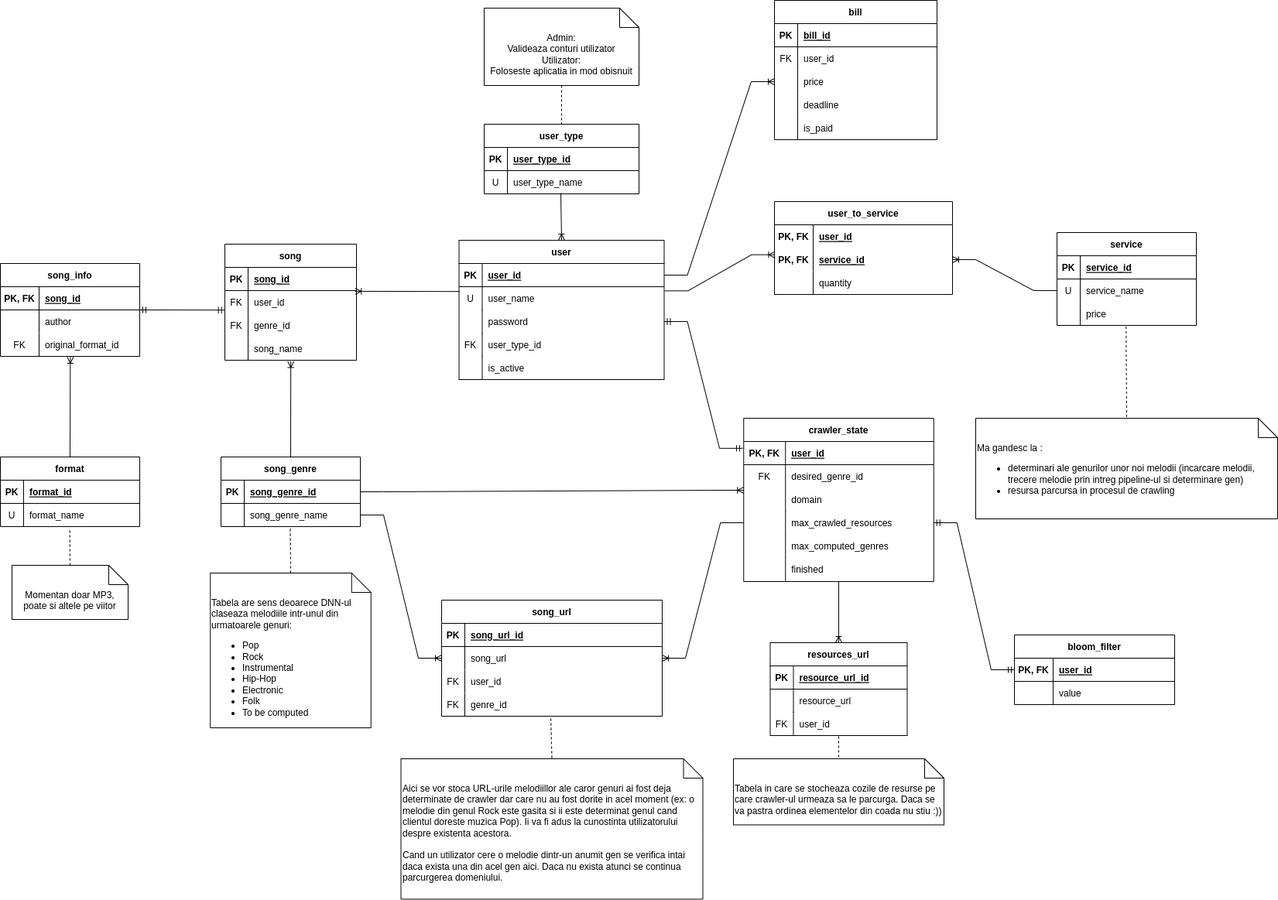
The draw.io diagram diagrams/Diagrama ER.png in PetruBabiuc/MusicGenreComputationMicroservices, before a commit. Source tidied: cells renumbered, new cells last; positions are measured from the earlier drawing's top-left corner, leaving out a move shared by most shapes.
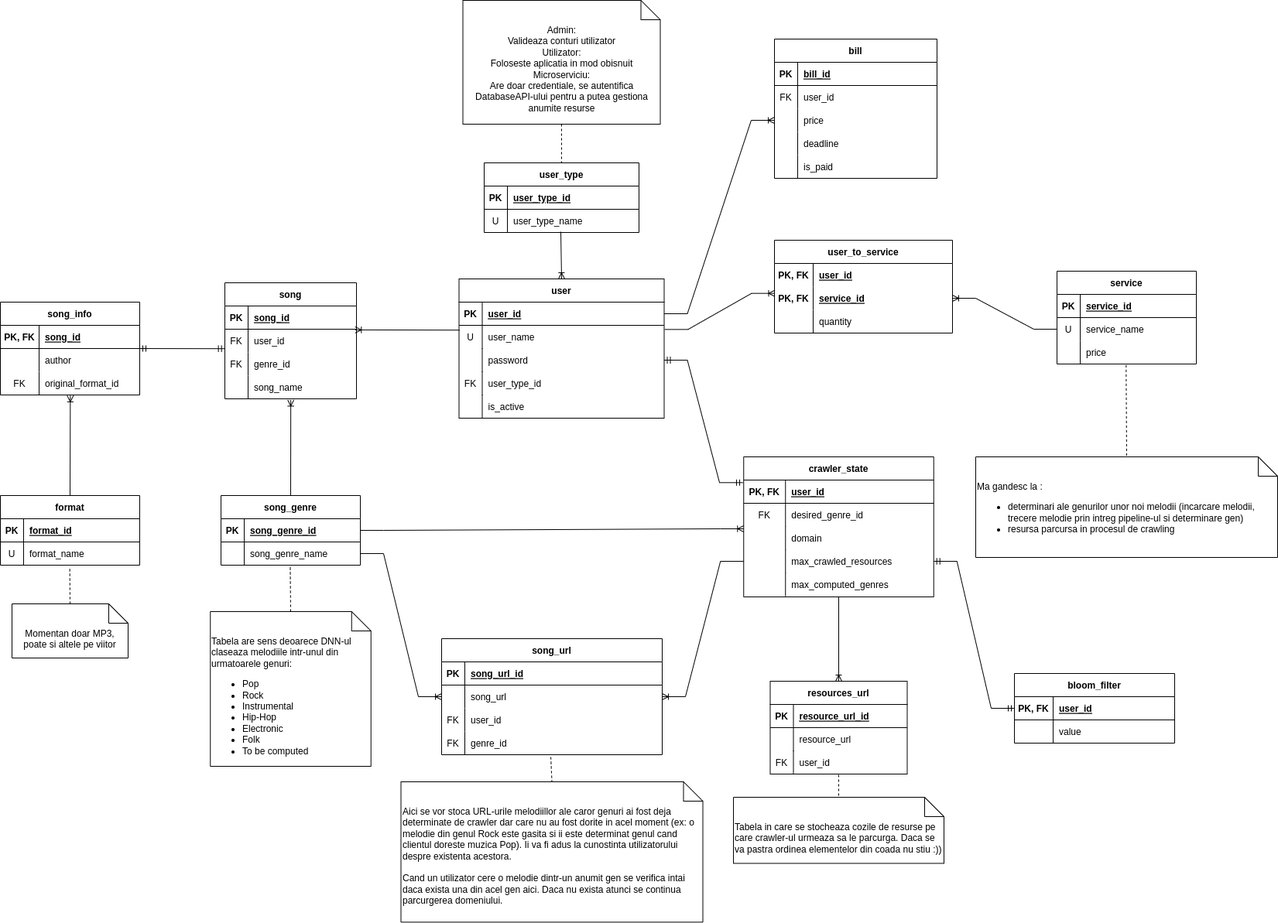
Above is the later version.

Commit message:
Updated ER and microservice diagrams

The edit, as a diff of the source:
```diff
@@ -235,8 +235,8 @@
     <mxCell id="78" value="Ma gandesc la :&lt;br&gt;&lt;ul&gt;&lt;li&gt;&lt;span style=&quot;background-color: initial;&quot;&gt;determinari ale genurilor unor noi melodii (incarcare melodii, trecere melodie prin intreg pipeline-ul si determinare gen)&lt;/span&gt;&lt;br&gt;&lt;/li&gt;&lt;li&gt;resursa parcursa in procesul de crawling&lt;/li&gt;&lt;/ul&gt;" style="shape=note2;boundedLbl=1;whiteSpace=wrap;html=1;size=25;verticalAlign=top;align=left;" parent="1" vertex="1">
       <mxGeometry x="1260" y="540" width="390" height="130" as="geometry" />
     </mxCell>
-    <mxCell id="79" value="Admin:&lt;br&gt;Valideaza conturi utilizator&lt;br&gt;Utilizator:&lt;br&gt;Foloseste aplicatia in mod obisnuit" style="shape=note2;boundedLbl=1;whiteSpace=wrap;html=1;size=25;verticalAlign=top;align=center;" parent="1" vertex="1">
-      <mxGeometry x="625" y="10" width="200" height="100" as="geometry" />
+    <mxCell id="79" value="Admin:&lt;br&gt;Valideaza conturi utilizator&lt;br&gt;Utilizator:&lt;br&gt;Foloseste aplicatia in mod obisnuit&lt;br&gt;Microserviciu:&lt;br&gt;Are doar credentiale, se autentifica DatabaseAPI-ului pentru a putea gestiona anumite resurse" style="shape=note2;boundedLbl=1;whiteSpace=wrap;html=1;size=25;verticalAlign=top;align=center;" parent="1" vertex="1">
+      <mxGeometry x="597.5" y="-50" width="255" height="160" as="geometry" />
     </mxCell>
     <mxCell id="80" value="Tabela are sens deoarece DNN-ul claseaza melodiile intr-unul din urmatoarele genuri:&lt;br&gt;&lt;ul&gt;&lt;li&gt;Pop&lt;/li&gt;&lt;li&gt;Rock&lt;br&gt;&lt;/li&gt;&lt;li&gt;Instrumental&lt;/li&gt;&lt;li&gt;Hip-Hop&lt;/li&gt;&lt;li&gt;Electronic&lt;/li&gt;&lt;li&gt;Folk&lt;/li&gt;&lt;li&gt;To be computed&lt;/li&gt;&lt;/ul&gt;" style="shape=note2;boundedLbl=1;whiteSpace=wrap;html=1;size=25;verticalAlign=top;align=left;" parent="1" vertex="1">
       <mxGeometry x="271.2" y="740" width="207.5" height="200" as="geometry" />
@@ -290,7 +290,7 @@
       <mxGeometry relative="1" as="geometry" />
     </mxCell>
     <mxCell id="97" value="crawler_state" style="shape=table;startSize=30;rowLines=0;fontStyle=1;align=center;" parent="1" vertex="1">
-      <mxGeometry x="960.2" y="540" width="245.5" height="211" as="geometry" />
+      <mxGeometry x="960.2" y="540" width="245.5" height="181" as="geometry" />
     </mxCell>
     <mxCell id="98" style="shape=tableRow;horizontal=0;startSize=0;swimlaneHead=0;swimlaneBody=0;fillColor=none;top=0;left=0;right=0;bottom=1;" parent="97" vertex="1">
       <mxGeometry y="30" width="245.5" height="30" as="geometry" />
@@ -337,15 +337,6 @@
     <mxCell id="112" value="max_computed_genres" style="shape=partialRectangle;fillColor=none;top=0;left=0;bottom=0;right=0;align=left;spacingLeft=6;overflow=hidden;" parent="110" vertex="1">
       <mxGeometry x="54" width="191.5" height="30" as="geometry" />
     </mxCell>
-    <mxCell id="113" style="shape=tableRow;horizontal=0;startSize=0;swimlaneHead=0;swimlaneBody=0;fillColor=none;top=0;left=0;right=0;bottom=0;" parent="97" vertex="1">
-      <mxGeometry y="180" width="245.5" height="30" as="geometry" />
-    </mxCell>
-    <mxCell id="114" style="shape=partialRectangle;fillColor=none;top=0;left=0;bottom=0;right=0;overflow=hidden;" parent="113" vertex="1">
-      <mxGeometry width="54" height="30" as="geometry" />
-    </mxCell>
-    <mxCell id="115" value="finished" style="shape=partialRectangle;fillColor=none;top=0;left=0;bottom=0;right=0;align=left;spacingLeft=6;overflow=hidden;" parent="113" vertex="1">
-      <mxGeometry x="54" width="191.5" height="30" as="geometry" />
-    </mxCell>
     <mxCell id="116" style="edgeStyle=entityRelationEdgeStyle;fontSize=12;html=1;endArrow=ERmandOne;startArrow=ERmandOne;rounded=0;exitX=1;exitY=0.5;exitDx=0;exitDy=0;entryX=-0.005;entryY=0.184;entryDx=0;entryDy=0;entryPerimeter=0;" parent="1" edge="1" source="9" target="97">
       <mxGeometry relative="1" as="geometry" />
     </mxCell>
@@ -490,7 +481,7 @@
       <mxGeometry relative="1" as="geometry" />
     </mxCell>
     <mxCell id="163" value="Aici se vor stoca URL-urile melodiillor ale caror genuri ai fost deja determinate de crawler dar care nu au fost dorite in acel moment (ex: o melodie din genul Rock este gasita si ii este determinat genul cand clientul doreste muzica Pop). Ii va fi adus la cunostinta utilizatorului despre existenta acestora. &lt;br&gt;&lt;br&gt;Cand un utilizator cere o melodie dintr-un anumit gen se verifica intai daca exista una din acel gen aici. Daca nu exista atunci se continua parcurgerea domeniului." style="shape=note2;boundedLbl=1;whiteSpace=wrap;html=1;size=25;verticalAlign=top;align=left;" parent="1" vertex="1">
-      <mxGeometry x="517.5" y="980" width="390" height="181.4" as="geometry" />
+      <mxGeometry x="517.5" y="960" width="390" height="181.4" as="geometry" />
     </mxCell>
     <mxCell id="164" style="endArrow=none;dashed=1;html=1;rounded=0;exitX=0.495;exitY=1.1;exitDx=0;exitDy=0;exitPerimeter=0;entryX=0.5;entryY=0;entryDx=0;entryDy=0;entryPerimeter=0;" parent="1" edge="1" source="128" target="163">
       <mxGeometry relative="1" as="geometry" />
```
